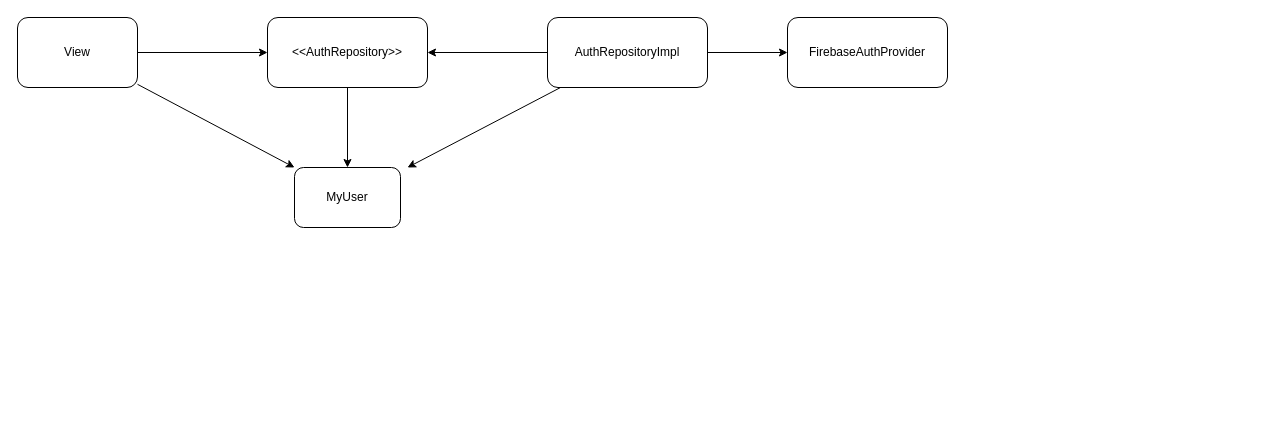
Above: docs/architecture.drawio in AbashAnewAunty/flutter-simple-todo (draw.io), before the change. Source tidied: cells renumbered, new cells numbered last; positions are measured from the earlier drawing's top-left corner, leaving out a move shared by most shapes. Both pictures are drawn from the tidied source at 100%, with x=0, y=0 at pixel (17, 17).
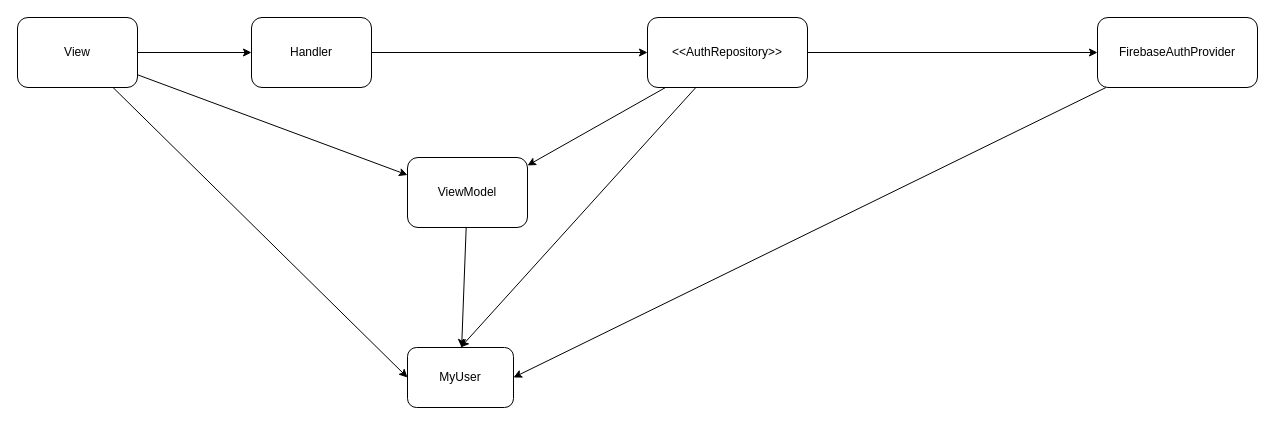
The same diagram, later.

What changed in the source:
```diff
@@
 <mxGraphModel>
   <root>
     <mxCell id="0" />
     <mxCell id="1" parent="0" />
-    <mxCell id="2" style="edgeStyle=none;html=1;entryX=0;entryY=0.5;entryDx=0;entryDy=0;" parent="1" edge="1" source="4" target="6">
-      <mxGeometry relative="1" as="geometry" />
-    </mxCell>
+    <mxCell id="13" style="edgeStyle=none;html=1;entryX=0;entryY=0.5;entryDx=0;entryDy=0;" parent="1" edge="1" source="4" target="18">
+      <mxGeometry relative="1" as="geometry" />
+    </mxCell>
-    <mxCell id="3" style="edgeStyle=none;html=1;entryX=0;entryY=0;entryDx=0;entryDy=0;" parent="1" edge="1" source="4" target="11">
+    <mxCell id="3" style="edgeStyle=none;html=1;entryX=0;entryY=0.5;entryDx=0;entryDy=0;" parent="1" edge="1" source="4" target="11">
       <mxGeometry relative="1" as="geometry" />
     </mxCell>
+    <mxCell id="14" style="edgeStyle=none;html=1;entryX=0;entryY=0.25;entryDx=0;entryDy=0;" parent="1" edge="1" source="4" target="20">
+      <mxGeometry relative="1" as="geometry" />
+    </mxCell>
     <mxCell id="4" value="View" style="rounded=1;whiteSpace=wrap;html=1;" parent="1" vertex="1">
       <mxGeometry width="120" height="70" as="geometry" />
     </mxCell>
     <mxCell id="5" style="edgeStyle=none;html=1;entryX=0.5;entryY=0;entryDx=0;entryDy=0;" parent="1" edge="1" source="6" target="11">
       <mxGeometry relative="1" as="geometry" />
     </mxCell>
+    <mxCell id="15" style="edgeStyle=none;html=1;entryX=1;entryY=0.114;entryDx=0;entryDy=0;entryPerimeter=0;" parent="1" edge="1" source="6" target="20">
+      <mxGeometry relative="1" as="geometry" />
+    </mxCell>
     <mxCell id="6" value="&amp;lt;&amp;lt;AuthRepository&amp;gt;&amp;gt;" style="rounded=1;whiteSpace=wrap;html=1;" parent="1" vertex="1">
-      <mxGeometry x="250" width="160" height="70" as="geometry" />
+      <mxGeometry x="630" width="160" height="70" as="geometry" />
     </mxCell>
-    <mxCell id="7" style="edgeStyle=none;html=1;entryX=1;entryY=0.5;entryDx=0;entryDy=0;" parent="1" edge="1" source="10" target="6">
-      <mxGeometry relative="1" as="geometry" />
-    </mxCell>
-    <mxCell id="8" style="edgeStyle=none;html=1;" parent="1" edge="1" source="10">
-      <mxGeometry relative="1" as="geometry">
-        <mxPoint x="390" y="150" as="targetPoint" />
-      </mxGeometry>
-    </mxCell>
-    <mxCell id="9" style="edgeStyle=none;html=1;entryX=0;entryY=0.5;entryDx=0;entryDy=0;" parent="1" edge="1" source="10" target="12">
+    <mxCell id="9" style="edgeStyle=none;html=1;entryX=0;entryY=0.5;entryDx=0;entryDy=0;exitX=1;exitY=0.5;exitDx=0;exitDy=0;" parent="1" edge="1" source="6" target="12">
       <mxGeometry relative="1" as="geometry" />
     </mxCell>
-    <mxCell id="10" value="AuthRepositoryImpl" style="rounded=1;whiteSpace=wrap;html=1;" parent="1" vertex="1">
-      <mxGeometry x="530" width="160" height="70" as="geometry" />
-    </mxCell>
     <mxCell id="11" value="MyUser" style="rounded=1;whiteSpace=wrap;html=1;" parent="1" vertex="1">
-      <mxGeometry x="277" y="150" width="106" height="60" as="geometry" />
+      <mxGeometry x="390" y="330" width="106" height="60" as="geometry" />
     </mxCell>
+    <mxCell id="16" style="edgeStyle=none;html=1;entryX=1;entryY=0.5;entryDx=0;entryDy=0;" parent="1" edge="1" source="12" target="11">
+      <mxGeometry relative="1" as="geometry" />
+    </mxCell>
     <mxCell id="12" value="FirebaseAuthProvider" style="rounded=1;whiteSpace=wrap;html=1;" parent="1" vertex="1">
-      <mxGeometry x="770" width="160" height="70" as="geometry" />
+      <mxGeometry x="1080" width="160" height="70" as="geometry" />
     </mxCell>
+    <mxCell id="17" style="edgeStyle=none;html=1;entryX=0;entryY=0.5;entryDx=0;entryDy=0;" parent="1" edge="1" source="18" target="6">
+      <mxGeometry relative="1" as="geometry" />
+    </mxCell>
+    <mxCell id="18" value="Handler" style="rounded=1;whiteSpace=wrap;html=1;" parent="1" vertex="1">
+      <mxGeometry x="234" width="120" height="70" as="geometry" />
+    </mxCell>
+    <mxCell id="19" style="edgeStyle=none;html=1;" parent="1" edge="1" source="20" target="11">
+      <mxGeometry relative="1" as="geometry" />
+    </mxCell>
+    <mxCell id="20" value="ViewModel" style="rounded=1;whiteSpace=wrap;html=1;" parent="1" vertex="1">
+      <mxGeometry x="390" y="140" width="120" height="70" as="geometry" />
+    </mxCell>
   </root>
 </mxGraphModel>
```
